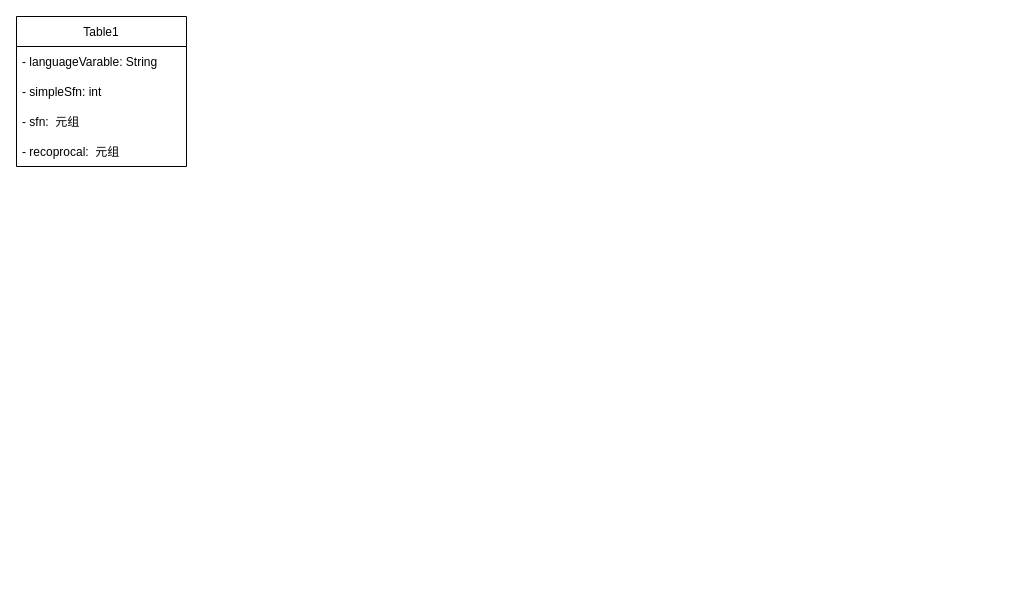
Before: resources/UML.drawio in Cheung0-bit/fuzzy_ahp, a draw.io diagram. Source tidied: cells renumbered, new cells numbered last; positions are measured from the earlier drawing's top-left corner, leaving out a move shared by most shapes. Both pictures are drawn from the tidied source at 100%, with x=0, y=0 at pixel (16, 16).
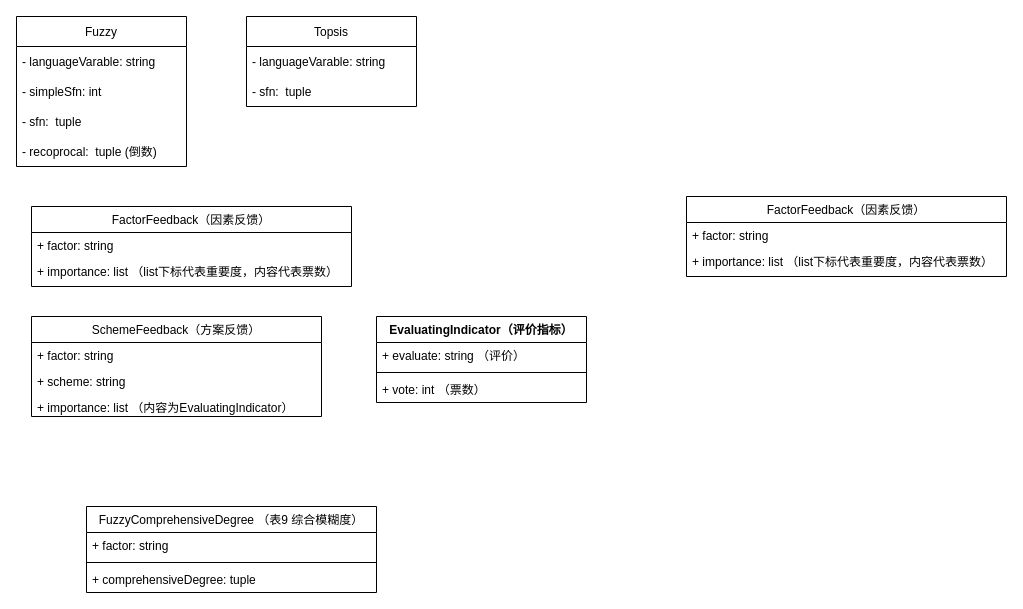
After the change.

What changed in the source:
```diff
@@
-    <mxCell id="2" value="Table1" style="swimlane;fontStyle=0;horizontal=1;startSize=30;" parent="1" vertex="1">
+    <mxCell id="2" value="Fuzzy" style="swimlane;fontStyle=0;horizontal=1;startSize=30;" parent="1" vertex="1">
       <mxGeometry width="170" height="150" as="geometry" />
     </mxCell>
-    <mxCell id="3" value="- languageVarable: String" style="text;strokeColor=none;fillColor=none;align=left;verticalAlign=middle;spacingLeft=4;spacingRight=4;overflow=hidden;" parent="2" vertex="1">
+    <mxCell id="3" value="- languageVarable: string" style="text;strokeColor=none;fillColor=none;align=left;verticalAlign=middle;spacingLeft=4;spacingRight=4;overflow=hidden;" parent="2" vertex="1">
       <mxGeometry y="30" width="170" height="30" as="geometry" />
     </mxCell>
@@
-    <mxCell id="5" value="- sfn:  元组" style="text;strokeColor=none;fillColor=none;align=left;verticalAlign=middle;spacingLeft=4;spacingRight=4;overflow=hidden;" parent="2" vertex="1">
+    <mxCell id="5" value="- sfn:  tuple" style="text;strokeColor=none;fillColor=none;align=left;verticalAlign=middle;spacingLeft=4;spacingRight=4;overflow=hidden;" parent="2" vertex="1">
       <mxGeometry y="90" width="170" height="30" as="geometry" />
     </mxCell>
-    <mxCell id="6" value="- recoprocal:  元组" style="text;strokeColor=none;fillColor=none;align=left;verticalAlign=middle;spacingLeft=4;spacingRight=4;overflow=hidden;" parent="2" vertex="1">
+    <mxCell id="6" value="- recoprocal:  tuple (倒数)" style="text;strokeColor=none;fillColor=none;align=left;verticalAlign=middle;spacingLeft=4;spacingRight=4;overflow=hidden;" parent="2" vertex="1">
       <mxGeometry y="120" width="170" height="30" as="geometry" />
     </mxCell>
+    <mxCell id="7" value="Topsis" style="swimlane;fontStyle=0;horizontal=1;startSize=30;" parent="1" vertex="1">
+      <mxGeometry x="230" width="170" height="90" as="geometry" />
+    </mxCell>
+    <mxCell id="8" value="- languageVarable: string" style="text;strokeColor=none;fillColor=none;align=left;verticalAlign=middle;spacingLeft=4;spacingRight=4;overflow=hidden;" parent="7" vertex="1">
+      <mxGeometry y="30" width="170" height="30" as="geometry" />
+    </mxCell>
+    <mxCell id="9" value="- sfn:  tuple" style="text;strokeColor=none;fillColor=none;align=left;verticalAlign=middle;spacingLeft=4;spacingRight=4;overflow=hidden;" parent="7" vertex="1">
+      <mxGeometry y="60" width="170" height="30" as="geometry" />
+    </mxCell>
+    <mxCell id="10" value="FactorFeedback（因素反馈）" style="swimlane;fontStyle=0;horizontal=1;startSize=26;fillColor=none;" parent="1" vertex="1">
+      <mxGeometry x="15" y="190" width="320" height="80" as="geometry" />
+    </mxCell>
+    <mxCell id="11" value="+ factor: string" style="text;strokeColor=none;fillColor=none;align=left;verticalAlign=top;spacingLeft=4;spacingRight=4;overflow=hidden;" parent="10" vertex="1">
+      <mxGeometry y="26" width="320" height="26" as="geometry" />
+    </mxCell>
+    <mxCell id="12" value="+ importance: list （list下标代表重要度，内容代表票数）" style="text;strokeColor=none;fillColor=none;align=left;verticalAlign=top;spacingLeft=4;spacingRight=4;overflow=hidden;" parent="10" vertex="1">
+      <mxGeometry y="52" width="320" height="28" as="geometry" />
+    </mxCell>
+    <mxCell id="13" value="FactorFeedback（因素反馈）" style="swimlane;fontStyle=0;horizontal=1;startSize=26;fillColor=none;" parent="1" vertex="1">
+      <mxGeometry x="670" y="180" width="320" height="80" as="geometry" />
+    </mxCell>
+    <mxCell id="14" value="+ factor: string" style="text;strokeColor=none;fillColor=none;align=left;verticalAlign=top;spacingLeft=4;spacingRight=4;overflow=hidden;" parent="13" vertex="1">
+      <mxGeometry y="26" width="320" height="26" as="geometry" />
+    </mxCell>
+    <mxCell id="15" value="+ importance: list （list下标代表重要度，内容代表票数）" style="text;strokeColor=none;fillColor=none;align=left;verticalAlign=top;spacingLeft=4;spacingRight=4;overflow=hidden;" parent="13" vertex="1">
+      <mxGeometry y="52" width="320" height="28" as="geometry" />
+    </mxCell>
+    <mxCell id="16" value="SchemeFeedback（方案反馈）" style="swimlane;fontStyle=0;horizontal=1;startSize=26;fillColor=none;" parent="1" vertex="1">
+      <mxGeometry x="15" y="300" width="290" height="100" as="geometry" />
+    </mxCell>
+    <mxCell id="17" value="+ factor: string" style="text;strokeColor=none;fillColor=none;align=left;verticalAlign=top;spacingLeft=4;spacingRight=4;overflow=hidden;" parent="16" vertex="1">
+      <mxGeometry y="26" width="290" height="26" as="geometry" />
+    </mxCell>
+    <mxCell id="18" value="+ scheme: string" style="text;strokeColor=none;fillColor=none;align=left;verticalAlign=top;spacingLeft=4;spacingRight=4;overflow=hidden;" parent="16" vertex="1">
+      <mxGeometry y="52" width="290" height="26" as="geometry" />
+    </mxCell>
+    <mxCell id="19" value="+ importance: list （内容为EvaluatingIndicator）" style="text;strokeColor=none;fillColor=none;align=left;verticalAlign=top;spacingLeft=4;spacingRight=4;overflow=hidden;" parent="16" vertex="1">
+      <mxGeometry y="78" width="290" height="22" as="geometry" />
+    </mxCell>
+    <mxCell id="20" value="EvaluatingIndicator（评价指标）" style="swimlane;fontStyle=1;align=center;verticalAlign=top;horizontal=1;startSize=26;" parent="1" vertex="1">
+      <mxGeometry x="360" y="300" width="210" height="86" as="geometry" />
+    </mxCell>
+    <mxCell id="21" value="+ evaluate: string （评价）" style="text;strokeColor=none;fillColor=none;align=left;verticalAlign=top;spacingLeft=4;spacingRight=4;overflow=hidden;" parent="20" vertex="1">
+      <mxGeometry y="26" width="210" height="26" as="geometry" />
+    </mxCell>
+    <mxCell id="22" style="line;strokeWidth=1;fillColor=none;align=left;verticalAlign=middle;spacingTop=-1;spacingLeft=3;spacingRight=3;labelPosition=right;" parent="20" vertex="1">
+      <mxGeometry y="52" width="210" height="8" as="geometry" />
+    </mxCell>
+    <mxCell id="23" value="+ vote: int （票数）" style="text;strokeColor=none;fillColor=none;align=left;verticalAlign=top;spacingLeft=4;spacingRight=4;overflow=hidden;" parent="20" vertex="1">
+      <mxGeometry y="60" width="210" height="26" as="geometry" />
+    </mxCell>
+    <mxCell id="24" value="FuzzyComprehensiveDegree （表9 综合模糊度）" style="swimlane;fontStyle=0;align=center;verticalAlign=top;horizontal=1;startSize=26;" parent="1" vertex="1">
+      <mxGeometry x="70" y="490" width="290" height="86" as="geometry" />
+    </mxCell>
+    <mxCell id="25" value="+ factor: string" style="text;strokeColor=none;fillColor=none;align=left;verticalAlign=top;spacingLeft=4;spacingRight=4;overflow=hidden;" parent="24" vertex="1">
+      <mxGeometry y="26" width="290" height="26" as="geometry" />
+    </mxCell>
+    <mxCell id="26" style="line;strokeWidth=1;fillColor=none;align=left;verticalAlign=middle;spacingTop=-1;spacingLeft=3;spacingRight=3;labelPosition=right;" parent="24" vertex="1">
+      <mxGeometry y="52" width="290" height="8" as="geometry" />
+    </mxCell>
+    <mxCell id="27" value="+ comprehensiveDegree: tuple" style="text;strokeColor=none;fillColor=none;align=left;verticalAlign=top;spacingLeft=4;spacingRight=4;overflow=hidden;" parent="24" vertex="1">
+      <mxGeometry y="60" width="290" height="26" as="geometry" />
+    </mxCell>
```
